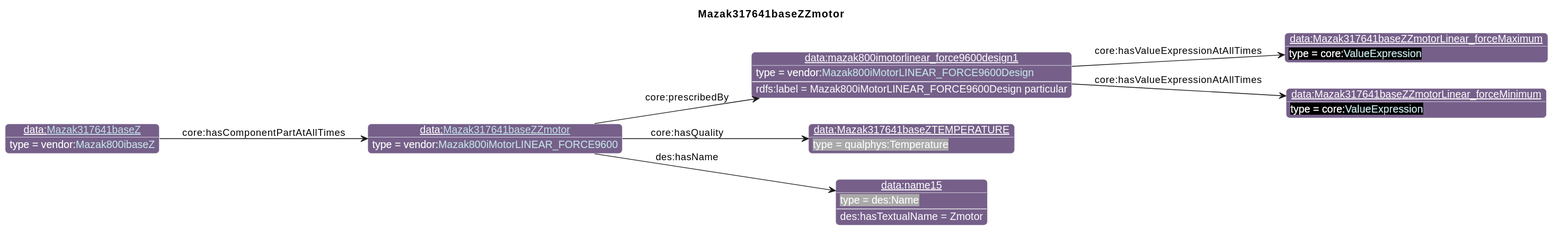
Before: diagrams/Mazak317641baseZZmotor.svg, a diagram exported from PlantUML (iofoundry/example-syseng-mtconnect).
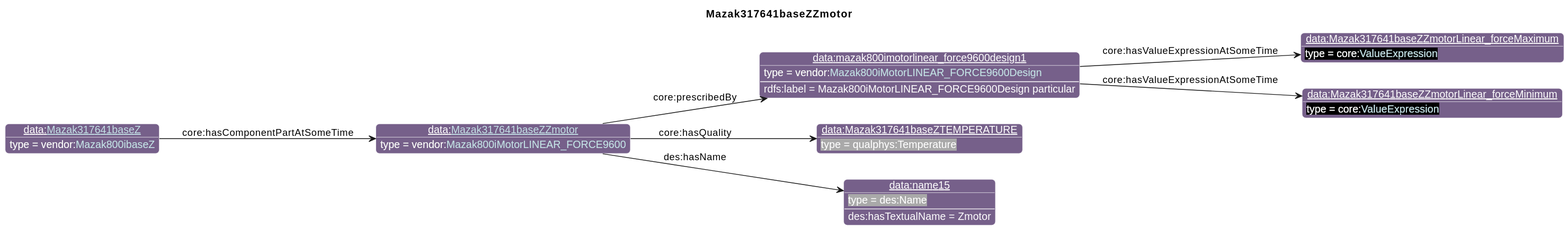
Later version of the same file.

The edit, as a diff of the source:
```diff
@@ -34,10 +34,10 @@
 individual(o6, data:[[./Mazak317641baseZ.html Mazak317641baseZ]], vendor:[[../Mazak.html#Mazak800ibaseZ Mazak800ibaseZ]])
 property(o0, "core:prescribedBy", o1)
 data(o1, "rdfs:label", "Mazak800iMotorLINEAR_FORCE9600Design particular")
-property(o1, "core:hasValueExpressionAtAllTimes", o2)
-property(o1, "core:hasValueExpressionAtAllTimes", o3)
+property(o1, "core:hasValueExpressionAtSomeTime", o2)
+property(o1, "core:hasValueExpressionAtSomeTime", o3)
 property(o0, "core:hasQuality", o4)
 property(o0, "des:hasName", o5)
 data(o5, "des:hasTextualName", "Zmotor")
-property(o6, "core:hasComponentPartAtAllTimes", o0)
+property(o6, "core:hasComponentPartAtSomeTime", o0)
 @enduml
```
